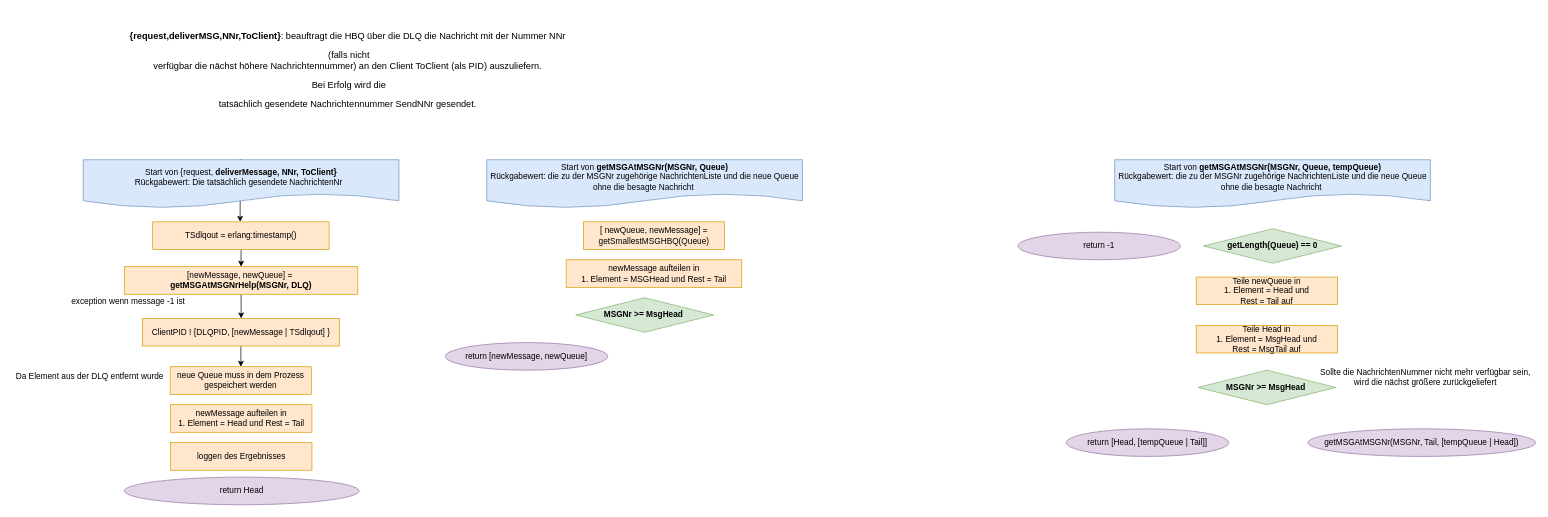
krisschaaf/Hausarbeit_Erlang_Queues keeps this draw.io diagram as Grafiken:Bilder/draw.io/HBQ/3. deliverMSG.drawio. Above is the earlier version. Source tidied: cells renumbered, new cells numbered last; positions are measured from the earlier drawing's top-left corner, leaving out a move shared by most shapes. Both pictures are drawn from the tidied source at 69%, with x=0, y=0 at pixel (11, 14).
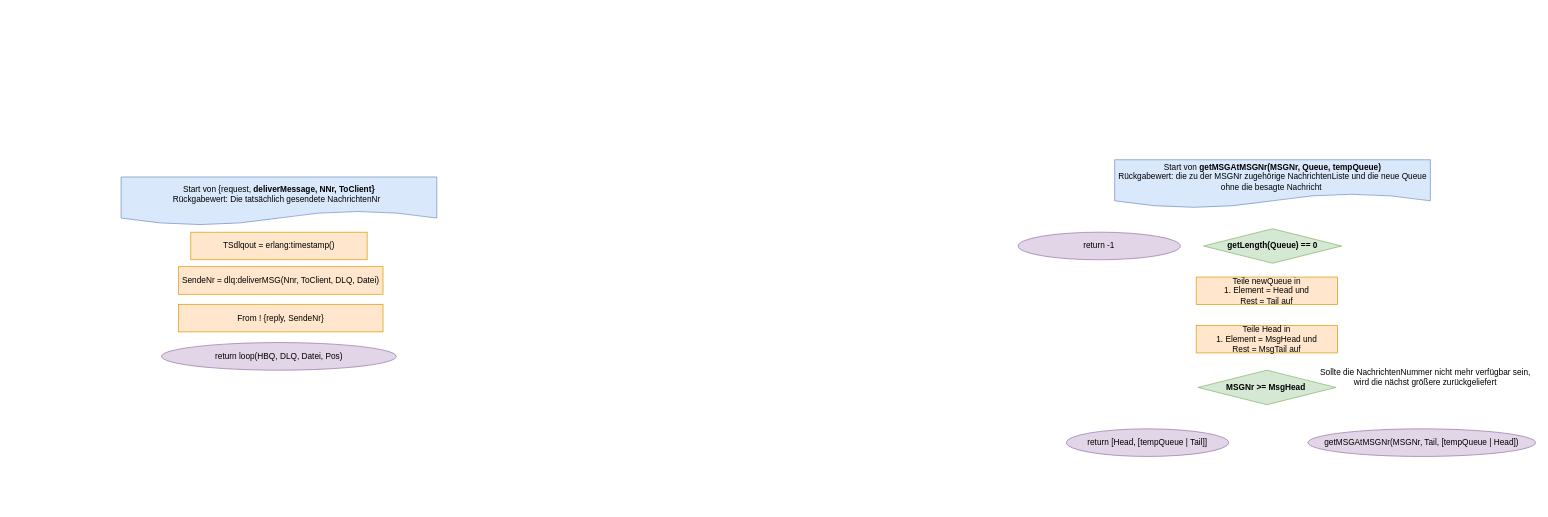
After the change.

Change to the diagram source:
```diff
@@
-    <mxCell id="2" style="edgeStyle=orthogonalEdgeStyle;rounded=0;jettySize=auto;html=1;exitX=0.5;exitY=0;exitDx=0;exitDy=0;" parent="1" edge="1" source="3">
-      <mxGeometry relative="1" as="geometry">
-        <mxPoint x="331.5" y="300" as="targetPoint" />
-        <Array as="points">
-          <mxPoint x="331.6" y="220" />
-          <mxPoint x="331.6" y="220" />
-        </Array>
-      </mxGeometry>
-    </mxCell>
-    <mxCell id="3" value="Start von {request,&amp;nbsp;&lt;b&gt;deliverMessage, NNr, ToClient}&lt;/b&gt;&lt;br&gt;Rückgabewert: Die tatsächlich gesendete NachrichtenNr&amp;nbsp;&amp;nbsp;" style="shape=document;whiteSpace=wrap;html=1;boundedLbl=1;fillColor=#dae8fc;strokeColor=#6c8ebf;" parent="1" vertex="1">
-      <mxGeometry x="104.1" y="210" width="457.5" height="70" as="geometry" />
-    </mxCell>
-    <mxCell id="4" style="edgeStyle=orthogonalEdgeStyle;rounded=0;jettySize=auto;html=1;exitX=0.5;exitY=1;exitDx=0;exitDy=0;entryX=0.5;entryY=0;entryDx=0;entryDy=0;" parent="1" edge="1" target="6">
-      <mxGeometry relative="1" as="geometry">
-        <mxPoint x="332.9" y="340" as="sourcePoint" />
-      </mxGeometry>
-    </mxCell>
-    <mxCell id="5" style="edgeStyle=orthogonalEdgeStyle;rounded=0;jettySize=auto;html=1;exitX=0.5;exitY=1;exitDx=0;exitDy=0;" parent="1" edge="1" source="6">
-      <mxGeometry relative="1" as="geometry">
-        <mxPoint x="333" y="440" as="targetPoint" />
-      </mxGeometry>
-    </mxCell>
-    <mxCell id="6" value="[newMessage, newQueue] =&amp;nbsp;&lt;br&gt;&lt;b&gt;getMSGAtMSGNrHelp(MSGNr, DLQ)&lt;/b&gt;" style="rounded=0;whiteSpace=wrap;html=1;fillColor=#ffe6cc;strokeColor=#d79b00;" parent="1" vertex="1">
-      <mxGeometry x="163.7" y="365" width="338.4" height="40" as="geometry" />
-    </mxCell>
-    <mxCell id="7" value="return Head" style="ellipse;whiteSpace=wrap;html=1;rounded=0;fillColor=#e1d5e7;strokeColor=#9673a6;" parent="1" vertex="1">
-      <mxGeometry x="163.7" y="670" width="340.2" height="40" as="geometry" />
-    </mxCell>
-    <mxCell id="8" style="edgeStyle=orthogonalEdgeStyle;rounded=0;jettySize=auto;html=1;exitX=0.5;exitY=1;exitDx=0;exitDy=0;entryX=0.5;entryY=0;entryDx=0;entryDy=0;" parent="1" edge="1" source="9" target="10">
-      <mxGeometry relative="1" as="geometry" />
-    </mxCell>
-    <mxCell id="9" value="ClientPID ! {DLQPID, [newMessage | TSdlqout] }" style="rounded=0;whiteSpace=wrap;html=1;fillColor=#ffe6cc;strokeColor=#d79b00;" parent="1" vertex="1">
-      <mxGeometry x="189.8" y="440" width="285.6" height="40" as="geometry" />
-    </mxCell>
-    <mxCell id="10" value="neue Queue muss in dem Prozess gespeichert werden" style="rounded=0;whiteSpace=wrap;html=1;fillColor=#ffe6cc;strokeColor=#d79b00;" parent="1" vertex="1">
-      <mxGeometry x="230.1" y="510" width="205" height="40" as="geometry" />
-    </mxCell>
@@
-    <mxCell id="20" value="exception wenn message -1 ist" style="text;html=1;align=center;verticalAlign=middle;strokeColor=none;fillColor=none;" parent="1" vertex="1">
-      <mxGeometry x="79" y="405" width="180" height="20" as="geometry" />
-    </mxCell>
-    <mxCell id="21" value="newMessage aufteilen in &lt;br&gt;1. Element = Head und Rest = Tail" style="rounded=0;whiteSpace=wrap;html=1;fillColor=#ffe6cc;strokeColor=#d79b00;" parent="1" vertex="1">
-      <mxGeometry x="230.6" y="565" width="205" height="40" as="geometry" />
-    </mxCell>
-    <mxCell id="22" value="loggen des Ergebnisses" style="rounded=0;whiteSpace=wrap;html=1;fillColor=#ffe6cc;strokeColor=#d79b00;" parent="1" vertex="1">
-      <mxGeometry x="230.6" y="620" width="205" height="40" as="geometry" />
-    </mxCell>
-    <mxCell id="23" value="Start von &lt;b&gt;getMSGAtMSGNr(MSGNr, Queue)&lt;/b&gt;&lt;br&gt;Rückgabewert: die zu der MSGNr zugehörige NachrichtenListe und die neue Queue ohne die besagte Nachricht&amp;nbsp;" style="shape=document;whiteSpace=wrap;html=1;boundedLbl=1;fillColor=#dae8fc;strokeColor=#6c8ebf;" parent="1" vertex="1">
-      <mxGeometry x="689" y="210" width="457.5" height="70" as="geometry" />
-    </mxCell>
-    <mxCell id="24" value="[ newQueue, newMessage] = getSmallestMSGHBQ(Queue)" style="rounded=0;whiteSpace=wrap;html=1;fillColor=#ffe6cc;strokeColor=#d79b00;" parent="1" vertex="1">
-      <mxGeometry x="829" y="300" width="204.5" height="40" as="geometry" />
-    </mxCell>
-    <mxCell id="25" value="newMessage aufteilen in &lt;br&gt;1. Element = MSGHead und Rest = Tail" style="rounded=0;whiteSpace=wrap;html=1;fillColor=#ffe6cc;strokeColor=#d79b00;" parent="1" vertex="1">
-      <mxGeometry x="804" y="355" width="254.5" height="40" as="geometry" />
-    </mxCell>
-    <mxCell id="26" value="MSGNr &amp;gt;= MsgHead&amp;nbsp;" style="rhombus;whiteSpace=wrap;html=1;rounded=0;fillColor=#d5e8d4;strokeColor=#82b366;fontStyle=1;" parent="1" vertex="1">
-      <mxGeometry x="817.8" y="410" width="200" height="50" as="geometry" />
-    </mxCell>
-    <mxCell id="27" value="return [newMessage, newQueue]" style="ellipse;whiteSpace=wrap;html=1;rounded=0;fillColor=#e1d5e7;strokeColor=#9673a6;" parent="1" vertex="1">
-      <mxGeometry x="629" y="475" width="235.2" height="40" as="geometry" />
-    </mxCell>
-    <mxCell id="28" value="&lt;br&gt;&lt;div class=&quot;page&quot; title=&quot;Page 2&quot;&gt;&lt;div class=&quot;section&quot; style=&quot;background-color: rgb(100.000000% , 100.000000% , 100.000000%)&quot;&gt;&lt;div class=&quot;layoutArea&quot;&gt;&lt;div class=&quot;column&quot;&gt;&#9;&#9;&#9;&#9;&#9;&#9;&lt;p&gt;&lt;span style=&quot;font-size: 10.000000pt ; font-family: &amp;#34;arial&amp;#34; ; font-weight: 700&quot;&gt;{request,deliverMSG,NNr,ToClient}&lt;/span&gt;&lt;span style=&quot;font-size: 10.000000pt ; font-family: &amp;#34;arialmt&amp;#34;&quot;&gt;: beauftragt die HBQ über die DLQ die Nachricht mit der Nummer NNr&amp;nbsp;&lt;/span&gt;&lt;/p&gt;&lt;p&gt;&lt;span style=&quot;font-size: 10.000000pt ; font-family: &amp;#34;arialmt&amp;#34;&quot;&gt;(falls nicht&lt;br&gt;verfügbar die nächst höhere Nachrichtennummer) an den Client ToClient (als PID) auszuliefern.&amp;nbsp;&lt;/span&gt;&lt;/p&gt;&lt;p&gt;&lt;span style=&quot;font-family: &amp;#34;arialmt&amp;#34; ; font-size: 10pt&quot;&gt;Bei Erfolg wird die&lt;/span&gt;&lt;/p&gt;&lt;p&gt;&lt;span style=&quot;font-size: 10.000000pt ; font-family: &amp;#34;arialmt&amp;#34;&quot;&gt;tatsächlich gesendete Nachrichtennummer SendNNr gesendet.&amp;nbsp;&lt;/span&gt;&lt;/p&gt;&lt;/div&gt;&lt;/div&gt;&#9;&#9;&#9;&lt;/div&gt;&lt;br&gt;&#9;&#9;&lt;/div&gt;" style="text;html=1;align=center;verticalAlign=middle;strokeColor=none;fillColor=none;" parent="1" vertex="1">
-      <mxGeometry x="163.7" width="650" height="160" as="geometry" />
-    </mxCell>
+    <mxCell id="3" value="Start von {request,&amp;nbsp;&lt;b&gt;deliverMessage, NNr, ToClient}&lt;/b&gt;&lt;br&gt;Rückgabewert: Die tatsächlich gesendete NachrichtenNr&amp;nbsp;&amp;nbsp;" style="shape=document;whiteSpace=wrap;html=1;boundedLbl=1;fillColor=#dae8fc;strokeColor=#6c8ebf;" parent="1" vertex="1">
+      <mxGeometry x="159" y="235" width="457.5" height="70" as="geometry" />
+    </mxCell>
     <mxCell id="29" value="TSdlqout = erlang:timestamp()" style="rounded=0;whiteSpace=wrap;html=1;fillColor=#ffe6cc;strokeColor=#d79b00;" parent="1" vertex="1">
-      <mxGeometry x="204.8" y="300" width="255.6" height="40" as="geometry" />
+      <mxGeometry x="260" y="315" width="255.6" height="40" as="geometry" />
     </mxCell>
-    <mxCell id="30" value="Da Element aus der DLQ entfernt wurde&amp;nbsp;" style="text;html=1;align=center;verticalAlign=middle;strokeColor=none;fillColor=none;" parent="1" vertex="1">
-      <mxGeometry x="0.1" y="515" width="230" height="20" as="geometry" />
-    </mxCell>
+    <mxCell id="31" value="SendeNr = dlq:deliverMSG(Nnr, ToClient, DLQ, Datei)" style="rounded=0;whiteSpace=wrap;html=1;fillColor=#ffe6cc;strokeColor=#d79b00;" parent="1" vertex="1">
+      <mxGeometry x="242" y="365" width="296.6" height="40" as="geometry" />
+    </mxCell>
+    <mxCell id="32" value="From ! {reply, SendeNr}" style="rounded=0;whiteSpace=wrap;html=1;fillColor=#ffe6cc;strokeColor=#d79b00;" parent="1" vertex="1">
+      <mxGeometry x="242" y="419.5" width="296.6" height="40" as="geometry" />
+    </mxCell>
+    <mxCell id="33" value="return loop(HBQ, DLQ, Datei, Pos)" style="ellipse;whiteSpace=wrap;html=1;rounded=0;fillColor=#e1d5e7;strokeColor=#9673a6;" parent="1" vertex="1">
+      <mxGeometry x="217.6" y="475" width="340.2" height="40" as="geometry" />
+    </mxCell>
```
